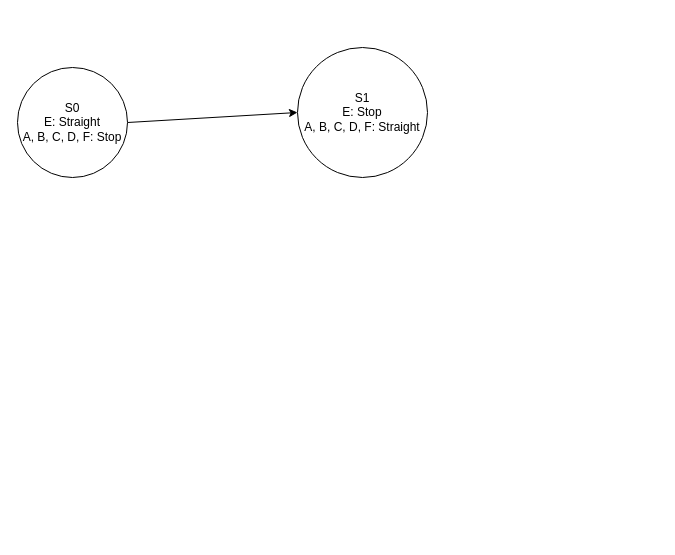
Earlier version of the draw.io diagram lab1/state_machine.drawio (linnypham/CSC3210). Source tidied: cells renumbered, new cells numbered last; positions are measured from the earlier drawing's top-left corner, leaving out a move shared by most shapes. Both pictures are drawn from the tidied source at 100%, with x=0, y=0 at pixel (17, 47).
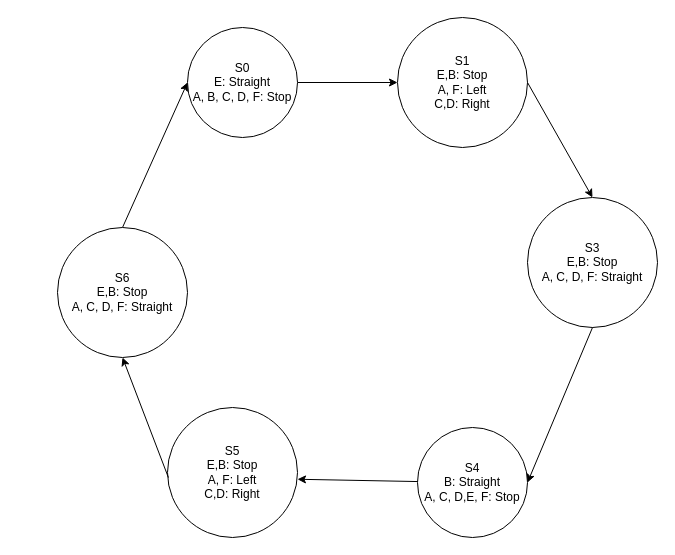
Above is the later version.

The edit, as a diff of the source:
```diff
@@
 <mxGraphModel>
   <root>
     <mxCell id="0" />
     <mxCell id="1" parent="0" />
     <mxCell id="2" style="edgeStyle=none;html=1;exitX=1;exitY=0.5;exitDx=0;exitDy=0;entryX=0;entryY=0.5;entryDx=0;entryDy=0;" parent="1" edge="1" source="3" target="4">
       <mxGeometry relative="1" as="geometry" />
     </mxCell>
     <mxCell id="3" value="S0&lt;br&gt;E: Straight&lt;br&gt;A, B, C, D, F: Stop" style="ellipse;whiteSpace=wrap;html=1;" parent="1" vertex="1">
-      <mxGeometry y="20" width="110" height="110" as="geometry" />
+      <mxGeometry x="170" y="-20" width="110" height="110" as="geometry" />
     </mxCell>
-    <mxCell id="4" value="S1&lt;br&gt;E: Stop&lt;br&gt;A, B, C, D, F: Straight" style="ellipse;whiteSpace=wrap;html=1;" parent="1" vertex="1">
-      <mxGeometry x="280" width="130" height="130" as="geometry" />
+    <mxCell id="4" value="S1&lt;br&gt;E,B: Stop&lt;br&gt;A, F: Left&lt;br&gt;C,D: Right" style="ellipse;whiteSpace=wrap;html=1;" parent="1" vertex="1">
+      <mxGeometry x="380" y="-30" width="130" height="130" as="geometry" />
     </mxCell>
+    <mxCell id="5" value="S3&lt;br&gt;E,B: Stop&lt;br&gt;A, C, D, F: Straight" style="ellipse;whiteSpace=wrap;html=1;" parent="1" vertex="1">
+      <mxGeometry x="510" y="150" width="130" height="130" as="geometry" />
+    </mxCell>
+    <mxCell id="6" style="edgeStyle=none;html=1;exitX=1;exitY=0.5;exitDx=0;exitDy=0;entryX=0.5;entryY=0;entryDx=0;entryDy=0;" parent="1" edge="1" source="4" target="5">
+      <mxGeometry relative="1" as="geometry" />
+    </mxCell>
+    <mxCell id="7" value="S4&lt;br&gt;B: Straight&lt;br&gt;A, C, D,E, F: Stop" style="ellipse;whiteSpace=wrap;html=1;" parent="1" vertex="1">
+      <mxGeometry x="400" y="380" width="110" height="110" as="geometry" />
+    </mxCell>
+    <mxCell id="8" style="edgeStyle=none;html=1;exitX=0.5;exitY=1;exitDx=0;exitDy=0;entryX=1;entryY=0.5;entryDx=0;entryDy=0;" parent="1" edge="1" source="5" target="7">
+      <mxGeometry relative="1" as="geometry" />
+    </mxCell>
+    <mxCell id="9" value="S5&lt;br&gt;E,B: Stop&lt;br&gt;A, F: Left&lt;br&gt;C,D: Right" style="ellipse;whiteSpace=wrap;html=1;" parent="1" vertex="1">
+      <mxGeometry x="150" y="360" width="130" height="130" as="geometry" />
+    </mxCell>
+    <mxCell id="10" style="edgeStyle=none;html=1;entryX=1;entryY=0.552;entryDx=0;entryDy=0;entryPerimeter=0;" parent="1" edge="1" source="7" target="9">
+      <mxGeometry relative="1" as="geometry" />
+    </mxCell>
+    <mxCell id="11" style="edgeStyle=none;html=1;entryX=0;entryY=0.5;entryDx=0;entryDy=0;exitX=0.5;exitY=0;exitDx=0;exitDy=0;" parent="1" edge="1" source="12" target="3">
+      <mxGeometry relative="1" as="geometry" />
+    </mxCell>
+    <mxCell id="12" value="S6&lt;br&gt;E,B: Stop&lt;br&gt;A, C, D, F: Straight" style="ellipse;whiteSpace=wrap;html=1;" parent="1" vertex="1">
+      <mxGeometry x="40" y="180" width="130" height="130" as="geometry" />
+    </mxCell>
+    <mxCell id="13" style="edgeStyle=none;html=1;entryX=0.5;entryY=1;entryDx=0;entryDy=0;exitX=0.007;exitY=0.539;exitDx=0;exitDy=0;exitPerimeter=0;" parent="1" edge="1" source="9" target="12">
+      <mxGeometry relative="1" as="geometry" />
+    </mxCell>
   </root>
 </mxGraphModel>
```
